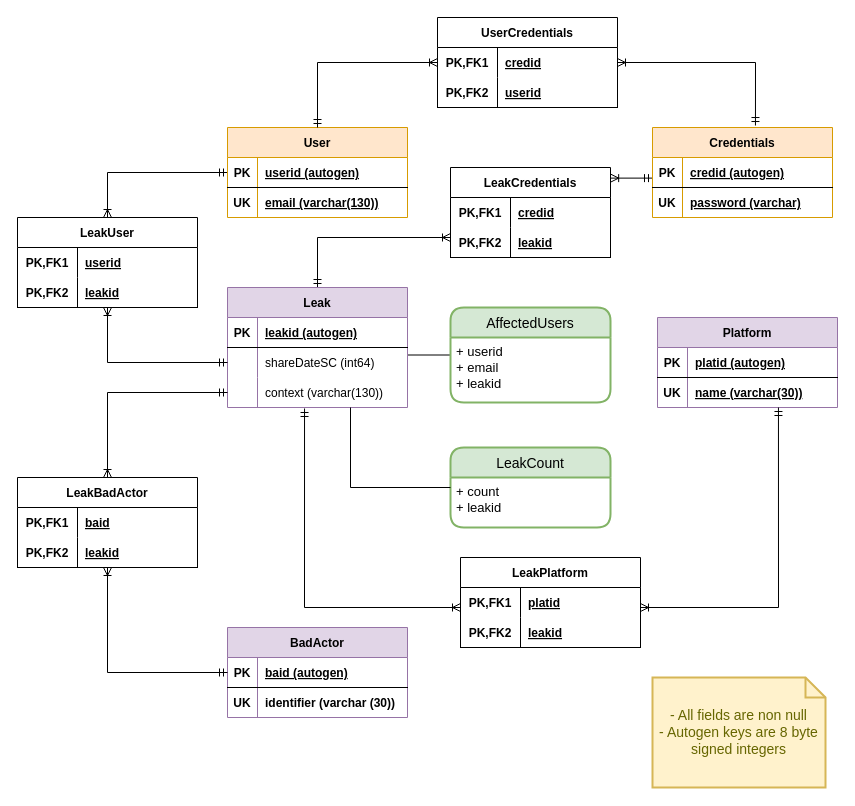
The draw.io diagram core/src/002-data-model.drawio in palavrapasse/docs, before the edit. Source tidied: cells renumbered, new cells numbered last; positions are measured from the earlier drawing's top-left corner, leaving out a move shared by most shapes. Both pictures are drawn from the tidied source at 100%, with x=0, y=0 at pixel (17, 17).
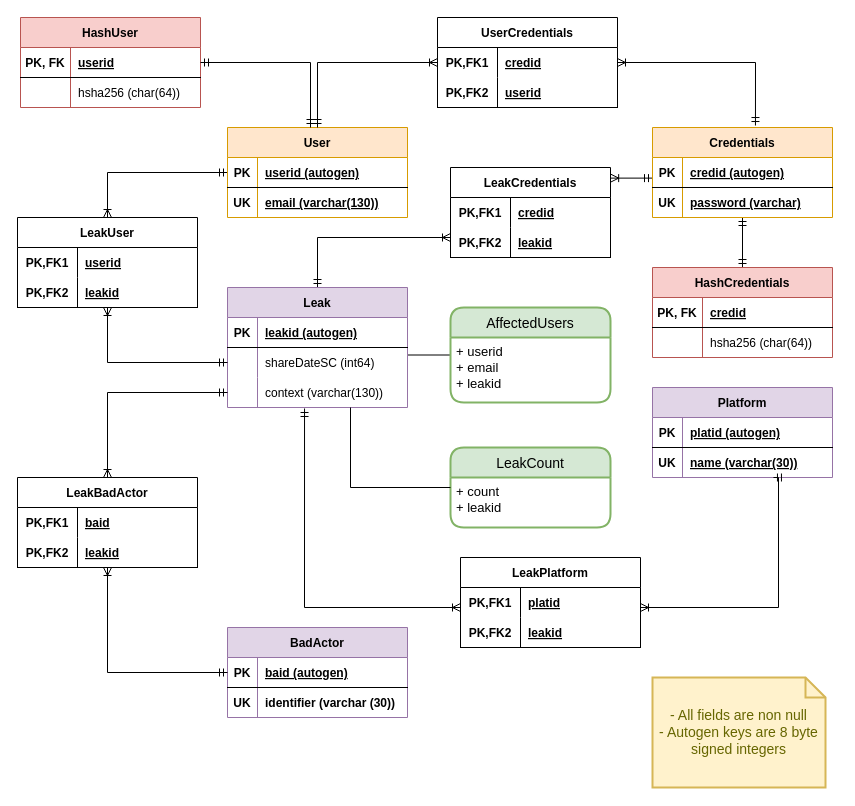
Above is the later version.

Commit message (it also covers changes not shown here):
include tables that associate email and password fields as sha256 hash values

Unchanged cells that the change refers to:
```xml
<mxCell id="10" value="Credentials" style="shape=table;startSize=30;childLayout=tableLayout;rowLines=0;fontStyle=1;align=center;fillColor=#ffe6cc;strokeColor=#d79b00;" parent="1" vertex="1">
  <mxGeometry x="635" y="110" width="180" height="90" as="geometry" />
</mxCell>
<mxCell id="38" value="User" style="shape=table;startSize=30;childLayout=tableLayout;rowLines=0;fontStyle=1;align=center;fillColor=#ffe6cc;strokeColor=#d79b00;" parent="1" vertex="1">
  <mxGeometry x="210" y="110" width="180" height="90" as="geometry" />
</mxCell>
```

What changed in the source:
```diff
@@
+    <mxCell id="92" style="edgeStyle=orthogonalEdgeStyle;rounded=0;jettySize=auto;html=1;startArrow=ERmandOne;startFill=0;endArrow=ERmandOne;endFill=0;" parent="1" edge="1" source="10" target="101">
+      <mxGeometry relative="1" as="geometry" />
+    </mxCell>
@@
     <mxCell id="45" value="Platform" style="shape=table;startSize=30;childLayout=tableLayout;rowLines=0;fontStyle=1;align=center;fillColor=#e1d5e7;strokeColor=#9673a6;" parent="1" vertex="1">
-      <mxGeometry x="640" y="300" width="180" height="90" as="geometry" />
+      <mxGeometry x="635" y="370" width="180" height="90" as="geometry" />
     </mxCell>
@@
+    <mxCell id="93" value="HashUser" style="shape=table;startSize=30;childLayout=tableLayout;rowLines=0;fontStyle=1;align=center;fillColor=#f8cecc;strokeColor=#b85450;" parent="1" vertex="1">
+      <mxGeometry x="3" width="180" height="90" as="geometry" />
+    </mxCell>
+    <mxCell id="94" style="shape=tableRow;horizontal=0;startSize=0;swimlaneHead=0;swimlaneBody=0;fillColor=none;points=[[0,0.5],[1,0.5]];portConstraint=eastwest;top=0;left=0;right=0;bottom=1;" parent="93" vertex="1">
+      <mxGeometry y="30" width="180" height="30" as="geometry" />
+    </mxCell>
+    <mxCell id="95" value="PK, FK" style="shape=partialRectangle;fillColor=none;top=0;left=0;bottom=0;right=0;fontStyle=1;overflow=hidden;" parent="94" vertex="1">
+      <mxGeometry width="50" height="30" as="geometry" />
+    </mxCell>
+    <mxCell id="96" value="userid" style="shape=partialRectangle;fillColor=none;top=0;left=0;bottom=0;right=0;align=left;spacingLeft=6;fontStyle=5;overflow=hidden;" parent="94" vertex="1">
+      <mxGeometry x="50" width="130" height="30" as="geometry" />
+    </mxCell>
+    <mxCell id="97" style="shape=tableRow;horizontal=0;startSize=0;swimlaneHead=0;swimlaneBody=0;fillColor=none;top=0;left=0;right=0;bottom=0;" parent="93" vertex="1">
+      <mxGeometry y="60" width="180" height="30" as="geometry" />
+    </mxCell>
+    <mxCell id="98" style="shape=partialRectangle;fillColor=none;top=0;left=0;bottom=0;right=0;overflow=hidden;" parent="97" vertex="1">
+      <mxGeometry width="50" height="30" as="geometry" />
+    </mxCell>
+    <mxCell id="99" value="hsha256 (char(64))" style="shape=partialRectangle;fillColor=none;top=0;left=0;bottom=0;right=0;align=left;spacingLeft=6;overflow=hidden;" parent="97" vertex="1">
+      <mxGeometry x="50" width="130" height="30" as="geometry" />
+    </mxCell>
+    <mxCell id="100" style="rounded=0;jettySize=auto;html=1;startArrow=ERmandOne;startFill=0;endArrow=ERmandOne;endFill=0;edgeStyle=orthogonalEdgeStyle;exitX=1;exitY=0.5;exitDx=0;exitDy=0;" parent="1" edge="1" source="94" target="38">
+      <mxGeometry relative="1" as="geometry">
+        <Array as="points">
+          <mxPoint x="293" y="45" />
+        </Array>
+      </mxGeometry>
+    </mxCell>
+    <mxCell id="101" value="HashCredentials" style="shape=table;startSize=30;childLayout=tableLayout;rowLines=0;fontStyle=1;align=center;fillColor=#f8cecc;strokeColor=#b85450;" parent="1" vertex="1">
+      <mxGeometry x="635" y="250" width="180" height="90" as="geometry" />
+    </mxCell>
+    <mxCell id="102" style="shape=tableRow;horizontal=0;startSize=0;swimlaneHead=0;swimlaneBody=0;fillColor=none;top=0;left=0;right=0;bottom=1;" parent="101" vertex="1">
+      <mxGeometry y="30" width="180" height="30" as="geometry" />
+    </mxCell>
+    <mxCell id="103" value="PK, FK" style="shape=partialRectangle;fillColor=none;top=0;left=0;bottom=0;right=0;fontStyle=1;overflow=hidden;" parent="102" vertex="1">
+      <mxGeometry width="50" height="30" as="geometry" />
+    </mxCell>
+    <mxCell id="104" value="credid" style="shape=partialRectangle;fillColor=none;top=0;left=0;bottom=0;right=0;align=left;spacingLeft=6;fontStyle=5;overflow=hidden;" parent="102" vertex="1">
+      <mxGeometry x="50" width="130" height="30" as="geometry" />
+    </mxCell>
+    <mxCell id="105" style="shape=tableRow;horizontal=0;startSize=0;swimlaneHead=0;swimlaneBody=0;fillColor=none;top=0;left=0;right=0;bottom=0;" parent="101" vertex="1">
+      <mxGeometry y="60" width="180" height="30" as="geometry" />
+    </mxCell>
+    <mxCell id="106" style="shape=partialRectangle;fillColor=none;top=0;left=0;bottom=0;right=0;overflow=hidden;" parent="105" vertex="1">
+      <mxGeometry width="50" height="30" as="geometry" />
+    </mxCell>
+    <mxCell id="107" value="hsha256 (char(64))" style="shape=partialRectangle;fillColor=none;top=0;left=0;bottom=0;right=0;align=left;spacingLeft=6;overflow=hidden;" parent="105" vertex="1">
+      <mxGeometry x="50" width="130" height="30" as="geometry" />
+    </mxCell>
```
